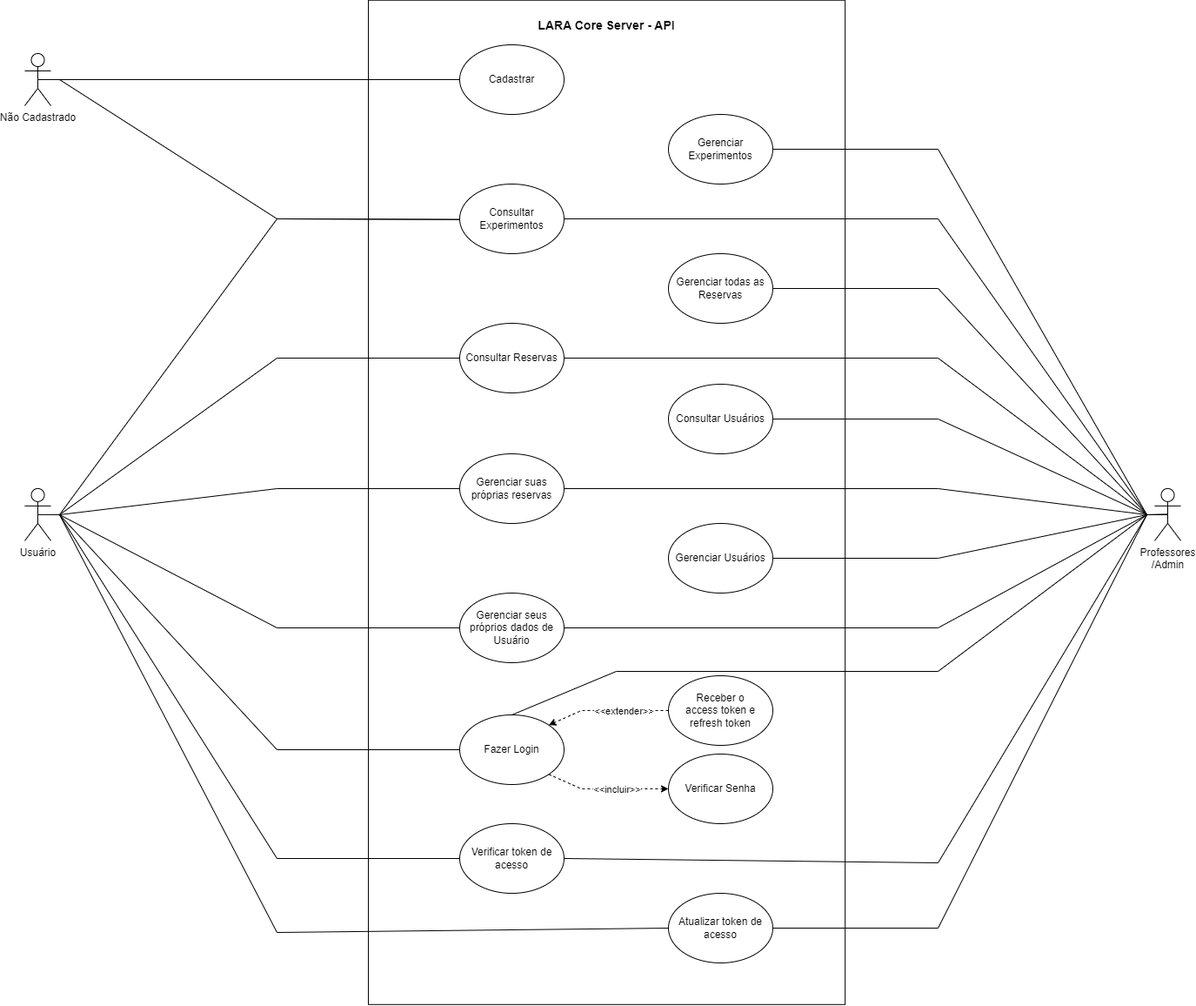
sousaGab/core-lara-server keeps this draw.io diagram as assets/documentation/use-case.png. Above is the earlier version. Source tidied: cells renumbered, new cells last; positions are measured from the earlier drawing's top-left corner, leaving out a move shared by most shapes.
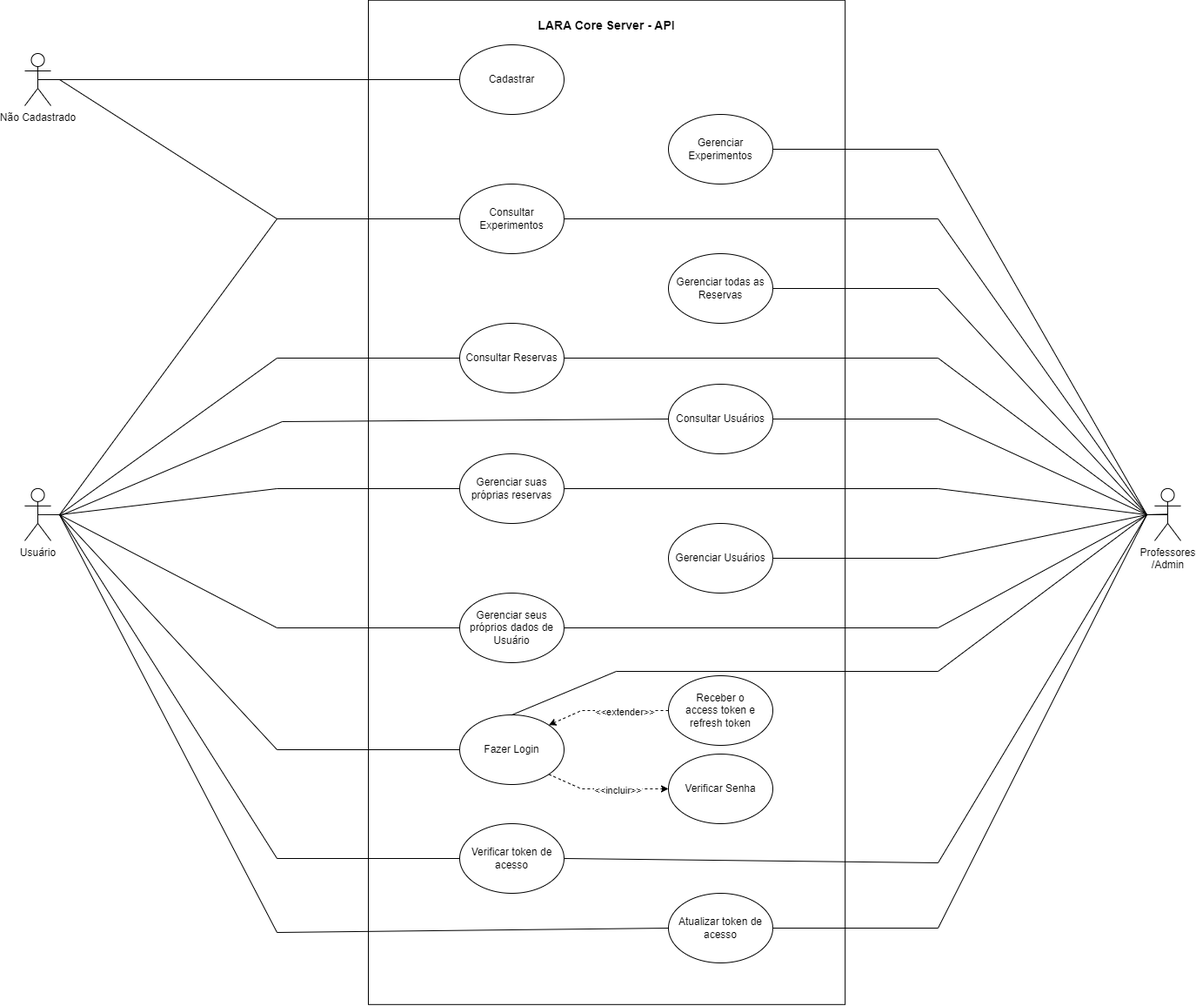
Above is the later version.

What changed in the source:
```diff
@@ -250,5 +250,13 @@
         <mxPoint x="40" y="40" as="targetPoint" />
       </mxGeometry>
     </mxCell>
+    <mxCell id="46" style="endArrow=none;html=1;rounded=0;entryX=0;entryY=0.5;entryDx=0;entryDy=0;" parent="1" edge="1" target="15">
+      <mxGeometry relative="1" as="geometry">
+        <mxPoint x="41" y="541" as="sourcePoint" />
+        <Array as="points">
+          <mxPoint x="296" y="433" />
+        </Array>
+      </mxGeometry>
+    </mxCell>
   </root>
 </mxGraphModel>
```
